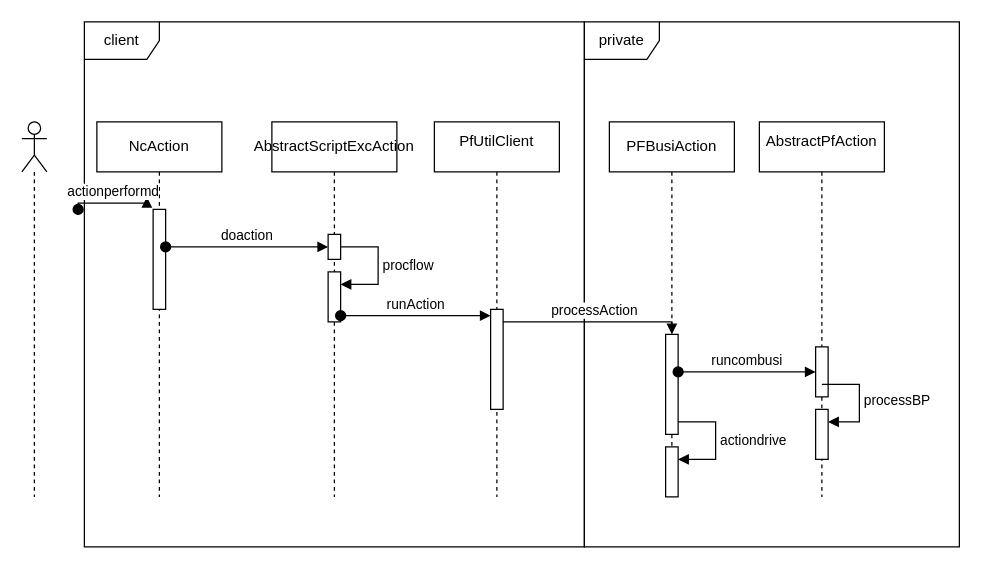
Before: 未命名绘图.drawio in zckyuwang/spring-cloud-master, a draw.io diagram. Source tidied: cells renumbered, new cells numbered last; positions are measured from the earlier drawing's top-left corner, leaving out a move shared by most shapes. Both pictures are drawn from the tidied source at 125%, with x=0, y=0 at pixel (21, 21).
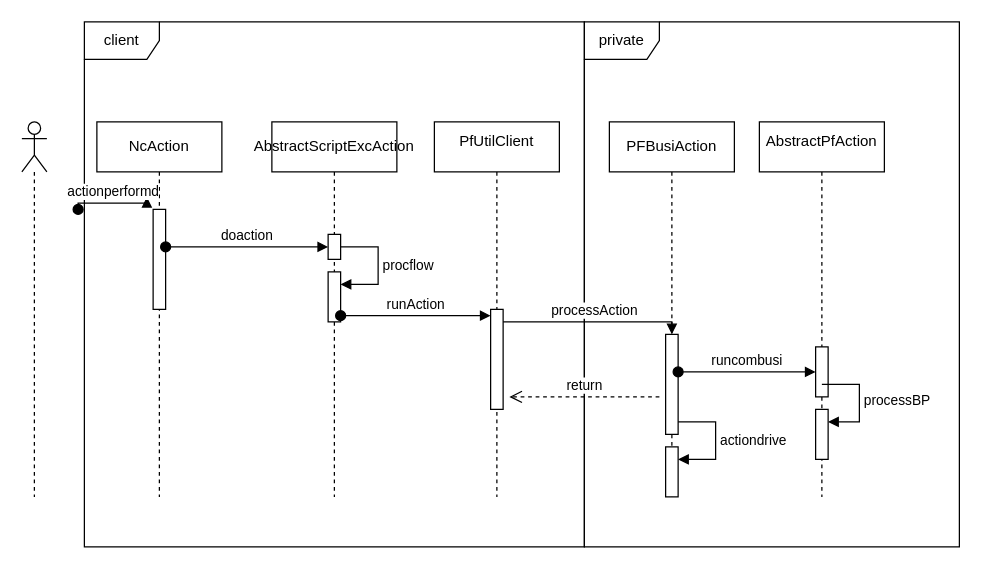
The same page after the edit.

Unchanged cells that the change refers to:
```xml
<mxCell id="17" style="html=1;points=[];perimeter=orthogonalPerimeter;outlineConnect=0;targetShapes=umlLifeline;portConstraint=eastwest;newEdgeStyle={&quot;edgeStyle&quot;:&quot;elbowEdgeStyle&quot;,&quot;elbow&quot;:&quot;vertical&quot;,&quot;curved&quot;:0,&quot;rounded&quot;:0};" parent="1" vertex="1">
  <mxGeometry x="375" y="230" width="10" height="80" as="geometry" />
</mxCell>
```

Change to the diagram source:
```diff
@@
+    <mxCell id="27" value="return" style="html=1;verticalAlign=bottom;endArrow=open;dashed=1;endSize=8;edgeStyle=elbowEdgeStyle;elbow=vertical;curved=0;rounded=0;entryX=1.5;entryY=0.875;entryDx=0;entryDy=0;entryPerimeter=0;" parent="1" edge="1" target="17">
+      <mxGeometry relative="1" as="geometry">
+        <mxPoint x="510" y="300" as="sourcePoint" />
+      </mxGeometry>
+    </mxCell>
```
